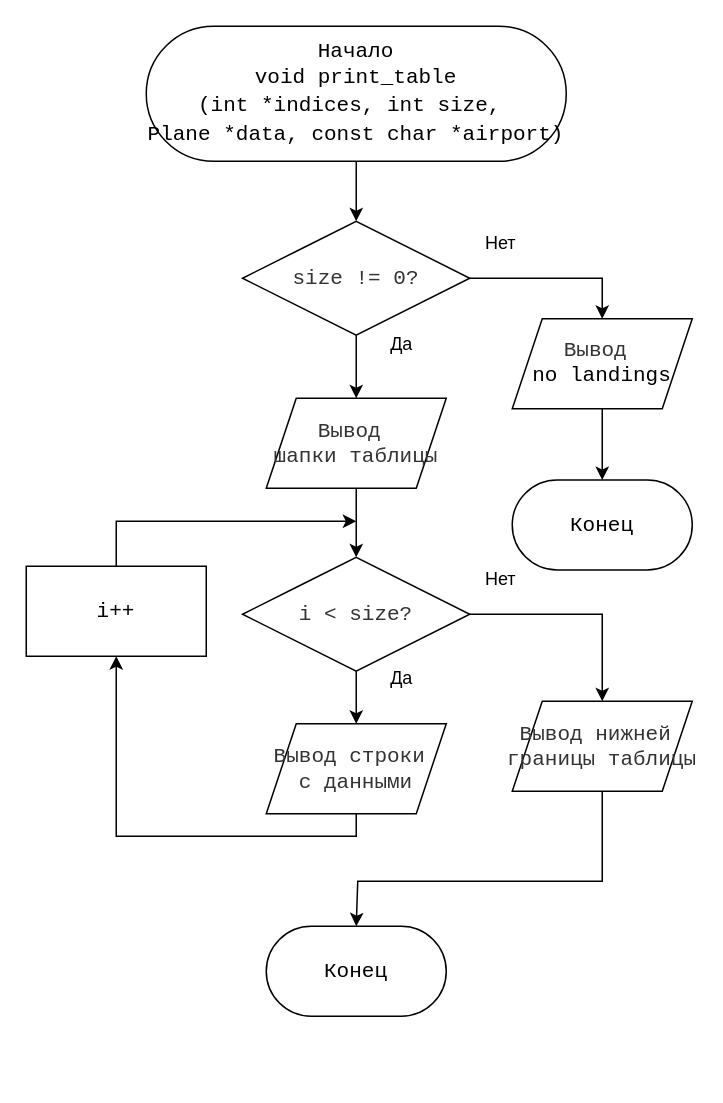
Before: Курсовая/Reports/print_table.drawio in ZeroD1vision/Programming, a draw.io diagram. Source tidied: cells renumbered, new cells numbered last; positions are measured from the earlier drawing's top-left corner, leaving out a move shared by most shapes. Both pictures are drawn from the tidied source at 150%, with x=0, y=0 at pixel (26, 26).
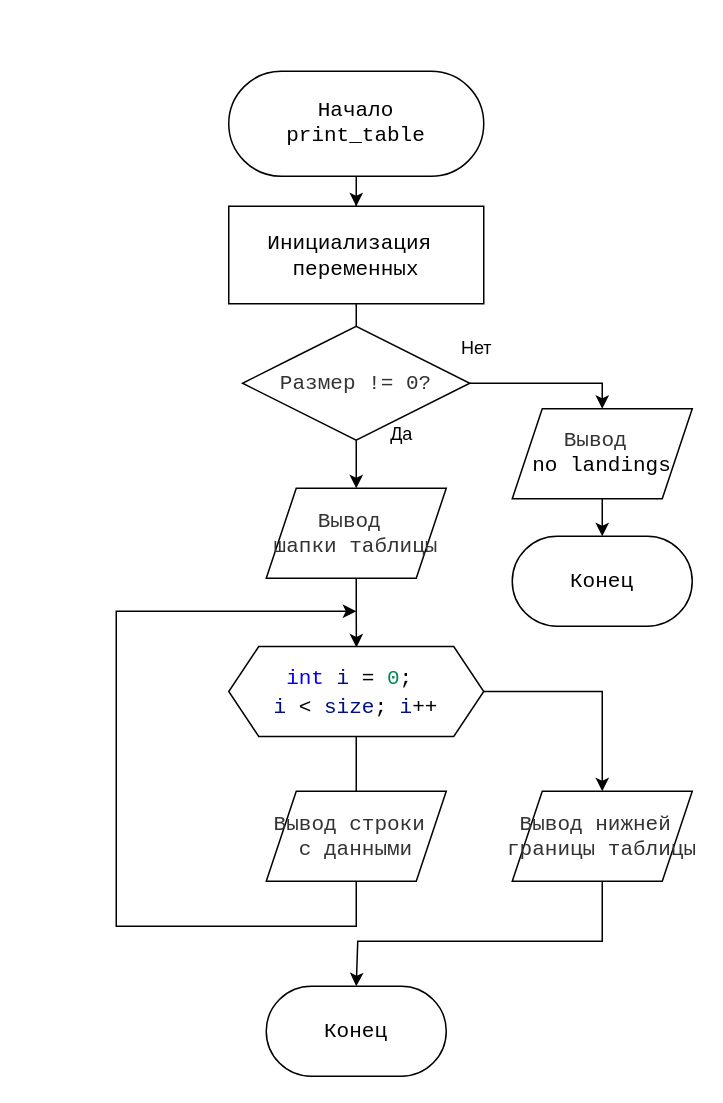
Above is the later version.

Change to the diagram source:
```diff
@@
-    <mxCell id="2" style="edgeStyle=orthogonalEdgeStyle;rounded=0;jettySize=auto;html=1;" parent="1" edge="1" source="3" target="5">
+    <mxCell id="2" style="edgeStyle=orthogonalEdgeStyle;rounded=0;jettySize=auto;html=1;" parent="1" edge="1" source="29" target="5">
       <mxGeometry relative="1" as="geometry" />
     </mxCell>
-    <mxCell id="3" value="&lt;font style=&quot;background-color: light-dark(#ffffff, var(--ge-dark-color, #121212));&quot;&gt;Начало&lt;/font&gt;&lt;div&gt;&lt;div style=&quot;font-family: Consolas, &amp;quot;Courier New&amp;quot;, monospace; line-height: 19px; white-space: pre;&quot;&gt;&lt;span&gt;&lt;font style=&quot;color: rgb(0, 0, 0);&quot;&gt;void print_table&lt;/font&gt;&lt;/span&gt;&lt;/div&gt;&lt;div style=&quot;font-family: Consolas, &amp;quot;Courier New&amp;quot;, monospace; line-height: 19px; white-space: pre;&quot;&gt;&lt;span&gt;&lt;font style=&quot;color: rgb(0, 0, 0);&quot;&gt;(int *indices, int size, &lt;/font&gt;&lt;/span&gt;&lt;/div&gt;&lt;div style=&quot;font-family: Consolas, &amp;quot;Courier New&amp;quot;, monospace; line-height: 19px; white-space: pre;&quot;&gt;&lt;span&gt;&lt;font style=&quot;color: rgb(0, 0, 0);&quot;&gt;Plane *data, const char *airport)&lt;/font&gt;&lt;/span&gt;&lt;/div&gt;&lt;/div&gt;" style="rounded=1;whiteSpace=wrap;html=1;arcSize=50;fontFamily=Consolas;fontSize=14;" parent="1" vertex="1">
-      <mxGeometry x="80" width="280" height="90" as="geometry" />
+    <mxCell id="3" value="&lt;font style=&quot;background-color: light-dark(#ffffff, var(--ge-dark-color, #121212));&quot;&gt;Начало&lt;/font&gt;&lt;div&gt;&lt;div style=&quot;font-family: Consolas, &amp;quot;Courier New&amp;quot;, monospace; line-height: 19px; white-space: pre;&quot;&gt;&lt;span&gt;&lt;font style=&quot;color: rgb(0, 0, 0);&quot;&gt;print_table&lt;/font&gt;&lt;/span&gt;&lt;/div&gt;&lt;/div&gt;" style="rounded=1;whiteSpace=wrap;html=1;arcSize=50;fontFamily=Consolas;fontSize=14;" parent="1" vertex="1">
+      <mxGeometry x="135" y="30" width="170" height="70" as="geometry" />
     </mxCell>
@@
-    <mxCell id="5" value="&lt;div style=&quot;line-height: 19px; white-space: pre;&quot;&gt;&lt;div style=&quot;line-height: 19px;&quot;&gt;&lt;div style=&quot;line-height: 19px;&quot;&gt;&lt;span style=&quot;color: rgb(51, 51, 51); white-space-collapse: collapse;&quot;&gt;&lt;font face=&quot;Consolas, Monaco, Andale Mono, Ubuntu Mono, monospace&quot; style=&quot;&quot;&gt;size != 0?&lt;/font&gt;&lt;/span&gt;&lt;/div&gt;&lt;/div&gt;&lt;/div&gt;" style="rhombus;whiteSpace=wrap;html=1;rounded=1;strokeColor=default;align=center;verticalAlign=middle;arcSize=0;fontFamily=Consolas;fontSize=14;fontColor=default;fillColor=default;" parent="1" vertex="1">
-      <mxGeometry x="144.2" y="130" width="151.5" height="76" as="geometry" />
+    <mxCell id="5" value="&lt;div style=&quot;line-height: 19px; white-space: pre;&quot;&gt;&lt;div style=&quot;line-height: 19px;&quot;&gt;&lt;div style=&quot;line-height: 19px;&quot;&gt;&lt;span style=&quot;color: rgb(51, 51, 51); white-space-collapse: collapse;&quot;&gt;&lt;font face=&quot;Consolas, Monaco, Andale Mono, Ubuntu Mono, monospace&quot; style=&quot;&quot;&gt;Размер != 0?&lt;/font&gt;&lt;/span&gt;&lt;/div&gt;&lt;/div&gt;&lt;/div&gt;" style="rhombus;whiteSpace=wrap;html=1;rounded=1;strokeColor=default;align=center;verticalAlign=middle;arcSize=0;fontFamily=Consolas;fontSize=14;fontColor=default;fillColor=default;" parent="1" vertex="1">
+      <mxGeometry x="144.2" y="200" width="151.5" height="76" as="geometry" />
     </mxCell>
-    <mxCell id="6" style="edgeStyle=orthogonalEdgeStyle;rounded=0;jettySize=auto;html=1;" parent="1" edge="1" source="7" target="14">
-      <mxGeometry relative="1" as="geometry" />
+    <mxCell id="6" style="edgeStyle=orthogonalEdgeStyle;rounded=0;jettySize=auto;html=1;" parent="1" edge="1" source="7">
+      <mxGeometry relative="1" as="geometry">
+        <mxPoint x="220.1" y="414.1" as="targetPoint" />
+      </mxGeometry>
     </mxCell>
     <mxCell id="7" value="&lt;span style=&quot;color: rgb(51, 51, 51); text-wrap-mode: nowrap;&quot;&gt;&lt;font face=&quot;Consolas, Monaco, Andale Mono, Ubuntu Mono, monospace&quot; style=&quot;&quot;&gt;Вывод&amp;nbsp;&lt;/font&gt;&lt;/span&gt;&lt;div&gt;&lt;span style=&quot;color: rgb(51, 51, 51); text-wrap-mode: nowrap;&quot;&gt;&lt;font face=&quot;Consolas, Monaco, Andale Mono, Ubuntu Mono, monospace&quot; style=&quot;&quot;&gt;шапки таблицы&lt;/font&gt;&lt;/span&gt;&lt;/div&gt;" style="shape=parallelogram;perimeter=parallelogramPerimeter;whiteSpace=wrap;html=1;fixedSize=1;fontSize=14;fontFamily=Consolas;rounded=1;arcSize=0;" parent="1" vertex="1">
-      <mxGeometry x="160" y="248" width="120" height="60" as="geometry" />
+      <mxGeometry x="160" y="308" width="120" height="60" as="geometry" />
     </mxCell>
@@
     <mxCell id="9" value="Конец" style="whiteSpace=wrap;html=1;fontSize=14;fontFamily=Consolas;rounded=1;arcSize=50;" parent="1" vertex="1">
-      <mxGeometry x="324" y="302.5" width="120" height="60" as="geometry" />
+      <mxGeometry x="324" y="340" width="120" height="60" as="geometry" />
     </mxCell>
     <mxCell id="10" style="edgeStyle=orthogonalEdgeStyle;rounded=0;jettySize=auto;html=1;entryX=0.5;entryY=0;entryDx=0;entryDy=0;" parent="1" edge="1" source="5" target="11">
-      <mxGeometry relative="1" as="geometry" />
+      <mxGeometry relative="1" as="geometry">
+        <Array as="points">
+          <mxPoint x="384" y="238" />
+        </Array>
+      </mxGeometry>
     </mxCell>
     <mxCell id="11" value="&lt;span style=&quot;color: rgb(51, 51, 51); text-wrap-mode: nowrap;&quot;&gt;&lt;font face=&quot;Consolas, Monaco, Andale Mono, Ubuntu Mono, monospace&quot; style=&quot;&quot;&gt;Вывод&amp;nbsp;&lt;/font&gt;&lt;/span&gt;&lt;div&gt;&lt;div style=&quot;font-family: Consolas, &amp;quot;Courier New&amp;quot;, monospace; line-height: 19px; white-space: pre;&quot;&gt;&lt;span&gt;&lt;font style=&quot;color: rgb(0, 0, 0);&quot;&gt;no landings&lt;/font&gt;&lt;/span&gt;&lt;/div&gt;&lt;/div&gt;" style="shape=parallelogram;perimeter=parallelogramPerimeter;whiteSpace=wrap;html=1;fixedSize=1;fontSize=14;fontFamily=Consolas;rounded=1;arcSize=0;" parent="1" vertex="1">
-      <mxGeometry x="324" y="195" width="120" height="60" as="geometry" />
+      <mxGeometry x="324" y="255" width="120" height="60" as="geometry" />
     </mxCell>
-    <mxCell id="12" style="edgeStyle=orthogonalEdgeStyle;rounded=0;jettySize=auto;html=1;" parent="1" edge="1" source="14" target="16">
-      <mxGeometry relative="1" as="geometry" />
+    <mxCell id="12" style="edgeStyle=orthogonalEdgeStyle;rounded=0;jettySize=auto;html=1;" parent="1" edge="1" source="27">
+      <mxGeometry relative="1" as="geometry">
+        <mxPoint x="220" y="540" as="targetPoint" />
+      </mxGeometry>
     </mxCell>
-    <mxCell id="13" style="edgeStyle=orthogonalEdgeStyle;rounded=0;jettySize=auto;html=1;entryX=0.5;entryY=0;entryDx=0;entryDy=0;" parent="1" edge="1" source="14" target="20">
-      <mxGeometry relative="1" as="geometry" />
-    </mxCell>
-    <mxCell id="14" value="&lt;div style=&quot;line-height: 19px; white-space: pre;&quot;&gt;&lt;div style=&quot;line-height: 19px;&quot;&gt;&lt;div style=&quot;line-height: 19px;&quot;&gt;&lt;span style=&quot;color: rgb(51, 51, 51); white-space-collapse: collapse;&quot;&gt;&lt;font face=&quot;Consolas, Monaco, Andale Mono, Ubuntu Mono, monospace&quot; style=&quot;&quot;&gt;i &amp;lt; size?&lt;/font&gt;&lt;/span&gt;&lt;/div&gt;&lt;/div&gt;&lt;/div&gt;" style="rhombus;whiteSpace=wrap;html=1;rounded=1;strokeColor=default;align=center;verticalAlign=middle;arcSize=0;fontFamily=Consolas;fontSize=14;fontColor=default;fillColor=default;" parent="1" vertex="1">
-      <mxGeometry x="144.2" y="354" width="151.5" height="76" as="geometry" />
-    </mxCell>
-    <mxCell id="15" style="edgeStyle=orthogonalEdgeStyle;rounded=0;jettySize=auto;html=1;entryX=0.5;entryY=1;entryDx=0;entryDy=0;" parent="1" edge="1" source="16" target="18">
+    <mxCell id="15" style="edgeStyle=orthogonalEdgeStyle;rounded=0;jettySize=auto;html=1;" parent="1" edge="1" source="16">
       <mxGeometry relative="1" as="geometry">
+        <mxPoint x="220" y="390" as="targetPoint" />
         <Array as="points">
-          <mxPoint x="220" y="540" />
-          <mxPoint x="60" y="540" />
+          <mxPoint x="220" y="600" />
+          <mxPoint x="60" y="600" />
         </Array>
       </mxGeometry>
     </mxCell>
     <mxCell id="16" value="&lt;span style=&quot;color: rgb(51, 51, 51); text-wrap-mode: nowrap;&quot;&gt;&lt;font face=&quot;Consolas, Monaco, Andale Mono, Ubuntu Mono, monospace&quot; style=&quot;&quot;&gt;Вывод строки&amp;nbsp;&lt;/font&gt;&lt;/span&gt;&lt;div&gt;&lt;span style=&quot;color: rgb(51, 51, 51); text-wrap-mode: nowrap;&quot;&gt;&lt;font face=&quot;Consolas, Monaco, Andale Mono, Ubuntu Mono, monospace&quot; style=&quot;&quot;&gt;с данными&lt;/font&gt;&lt;/span&gt;&lt;/div&gt;" style="shape=parallelogram;perimeter=parallelogramPerimeter;whiteSpace=wrap;html=1;fixedSize=1;fontSize=14;fontFamily=Consolas;rounded=1;arcSize=0;" parent="1" vertex="1">
-      <mxGeometry x="160" y="465" width="120" height="60" as="geometry" />
+      <mxGeometry x="160" y="510" width="120" height="60" as="geometry" />
     </mxCell>
-    <mxCell id="17" style="edgeStyle=orthogonalEdgeStyle;rounded=0;jettySize=auto;html=1;" parent="1" edge="1" source="18">
-      <mxGeometry relative="1" as="geometry">
-        <mxPoint x="220" y="330" as="targetPoint" />
-        <Array as="points">
-          <mxPoint x="60" y="330" />
-          <mxPoint x="221" y="330" />
-        </Array>
-      </mxGeometry>
-    </mxCell>
-    <mxCell id="18" value="i++" style="whiteSpace=wrap;html=1;fontSize=14;fontFamily=Consolas;rounded=1;arcSize=0;" parent="1" vertex="1">
-      <mxGeometry y="360" width="120" height="60" as="geometry" />
-    </mxCell>
-    <mxCell id="19" style="edgeStyle=orthogonalEdgeStyle;rounded=0;jettySize=auto;html=1;" parent="1" edge="1" source="20">
+    <mxCell id="19" style="edgeStyle=orthogonalEdgeStyle;rounded=0;jettySize=auto;html=1;entryX=0.5;entryY=0;entryDx=0;entryDy=0;" parent="1" edge="1" source="20" target="21">
       <mxGeometry relative="1" as="geometry">
-        <mxPoint x="220" y="600" as="targetPoint" />
         <Array as="points">
-          <mxPoint x="384" y="570" />
-          <mxPoint x="221" y="570" />
+          <mxPoint x="384" y="610" />
+          <mxPoint x="221" y="610" />
         </Array>
       </mxGeometry>
     </mxCell>
     <mxCell id="20" value="&lt;span style=&quot;color: rgb(51, 51, 51); text-wrap-mode: nowrap;&quot;&gt;&lt;font face=&quot;Consolas, Monaco, Andale Mono, Ubuntu Mono, monospace&quot; style=&quot;&quot;&gt;Вывод нижней&amp;nbsp;&lt;/font&gt;&lt;/span&gt;&lt;div&gt;&lt;span style=&quot;color: rgb(51, 51, 51); text-wrap-mode: nowrap;&quot;&gt;&lt;font face=&quot;Consolas, Monaco, Andale Mono, Ubuntu Mono, monospace&quot; style=&quot;&quot;&gt;границы таблицы&lt;/font&gt;&lt;/span&gt;&lt;/div&gt;" style="shape=parallelogram;perimeter=parallelogramPerimeter;whiteSpace=wrap;html=1;fixedSize=1;fontSize=14;fontFamily=Consolas;rounded=1;arcSize=0;" parent="1" vertex="1">
-      <mxGeometry x="324" y="450" width="120" height="60" as="geometry" />
+      <mxGeometry x="324" y="510" width="120" height="60" as="geometry" />
     </mxCell>
     <mxCell id="21" value="Конец" style="whiteSpace=wrap;html=1;fontSize=14;fontFamily=Consolas;rounded=1;arcSize=50;" parent="1" vertex="1">
-      <mxGeometry x="160" y="600" width="120" height="60" as="geometry" />
+      <mxGeometry x="160" y="640" width="120" height="60" as="geometry" />
     </mxCell>
     <mxCell id="22" value="Нет" style="text;html=1;align=center;verticalAlign=middle;strokeColor=none;fillColor=none;" parent="1" vertex="1">
-      <mxGeometry x="295.8" y="130" width="40" height="30" as="geometry" />
+      <mxGeometry x="280" y="200" width="40" height="30" as="geometry" />
     </mxCell>
     <mxCell id="23" value="Да" style="text;html=1;align=center;verticalAlign=middle;strokeColor=none;fillColor=none;" parent="1" vertex="1">
-      <mxGeometry x="230" y="196.5" width="40" height="30" as="geometry" />
+      <mxGeometry x="230" y="256.5" width="40" height="30" as="geometry" />
     </mxCell>
-    <mxCell id="24" value="Да" style="text;html=1;align=center;verticalAlign=middle;strokeColor=none;fillColor=none;" parent="1" vertex="1">
-      <mxGeometry x="230" y="420" width="40" height="30" as="geometry" />
-    </mxCell>
-    <mxCell id="25" value="Нет" style="text;html=1;align=center;verticalAlign=middle;strokeColor=none;fillColor=none;" parent="1" vertex="1">
-      <mxGeometry x="295.8" y="353.5" width="40" height="30" as="geometry" />
-    </mxCell>
+    <mxCell id="26" style="edgeStyle=orthogonalEdgeStyle;rounded=0;jettySize=auto;html=1;entryX=0.5;entryY=0;entryDx=0;entryDy=0;" parent="1" edge="1" source="27" target="20">
+      <mxGeometry relative="1" as="geometry" />
+    </mxCell>
+    <mxCell id="27" value="&lt;div style=&quot;background-color: rgb(255, 255, 255); font-family: Consolas, &amp;quot;Courier New&amp;quot;, monospace; font-size: 14px; line-height: 19px; white-space: pre;&quot;&gt;&lt;span style=&quot;color: rgb(0, 0, 255);&quot;&gt;int&lt;/span&gt; &lt;span style=&quot;color: rgb(0, 16, 128);&quot;&gt;i&lt;/span&gt; = &lt;span style=&quot;color: rgb(9, 134, 88);&quot;&gt;0&lt;/span&gt;; &lt;/div&gt;&lt;div style=&quot;background-color: rgb(255, 255, 255); font-family: Consolas, &amp;quot;Courier New&amp;quot;, monospace; font-size: 14px; line-height: 19px; white-space: pre;&quot;&gt;&lt;span style=&quot;color: rgb(0, 16, 128);&quot;&gt;i&lt;/span&gt; &amp;lt; &lt;span style=&quot;color: rgb(0, 16, 128);&quot;&gt;size&lt;/span&gt;; &lt;span style=&quot;color: rgb(0, 16, 128);&quot;&gt;i&lt;/span&gt;++&lt;/div&gt;" style="shape=hexagon;perimeter=hexagonPerimeter2;whiteSpace=wrap;html=1;fixedSize=1;" parent="1" vertex="1">
+      <mxGeometry x="135" y="413.5" width="170" height="60" as="geometry" />
+    </mxCell>
+    <mxCell id="28" style="edgeStyle=orthogonalEdgeStyle;rounded=0;jettySize=auto;html=1;" parent="1" edge="1" source="3" target="29">
+      <mxGeometry relative="1" as="geometry" />
+    </mxCell>
+    <mxCell id="29" value="&lt;div style=&quot;font-family: Consolas, &amp;quot;Courier New&amp;quot;, monospace; white-space: pre;&quot;&gt;Инициализация &lt;/div&gt;&lt;div style=&quot;font-family: Consolas, &amp;quot;Courier New&amp;quot;, monospace; white-space: pre;&quot;&gt;переменных&lt;/div&gt;" style="whiteSpace=wrap;html=1;fontSize=14;fontFamily=Consolas;rounded=1;arcSize=0;" parent="1" vertex="1">
+      <mxGeometry x="135" y="120" width="170" height="65" as="geometry" />
+    </mxCell>
```
